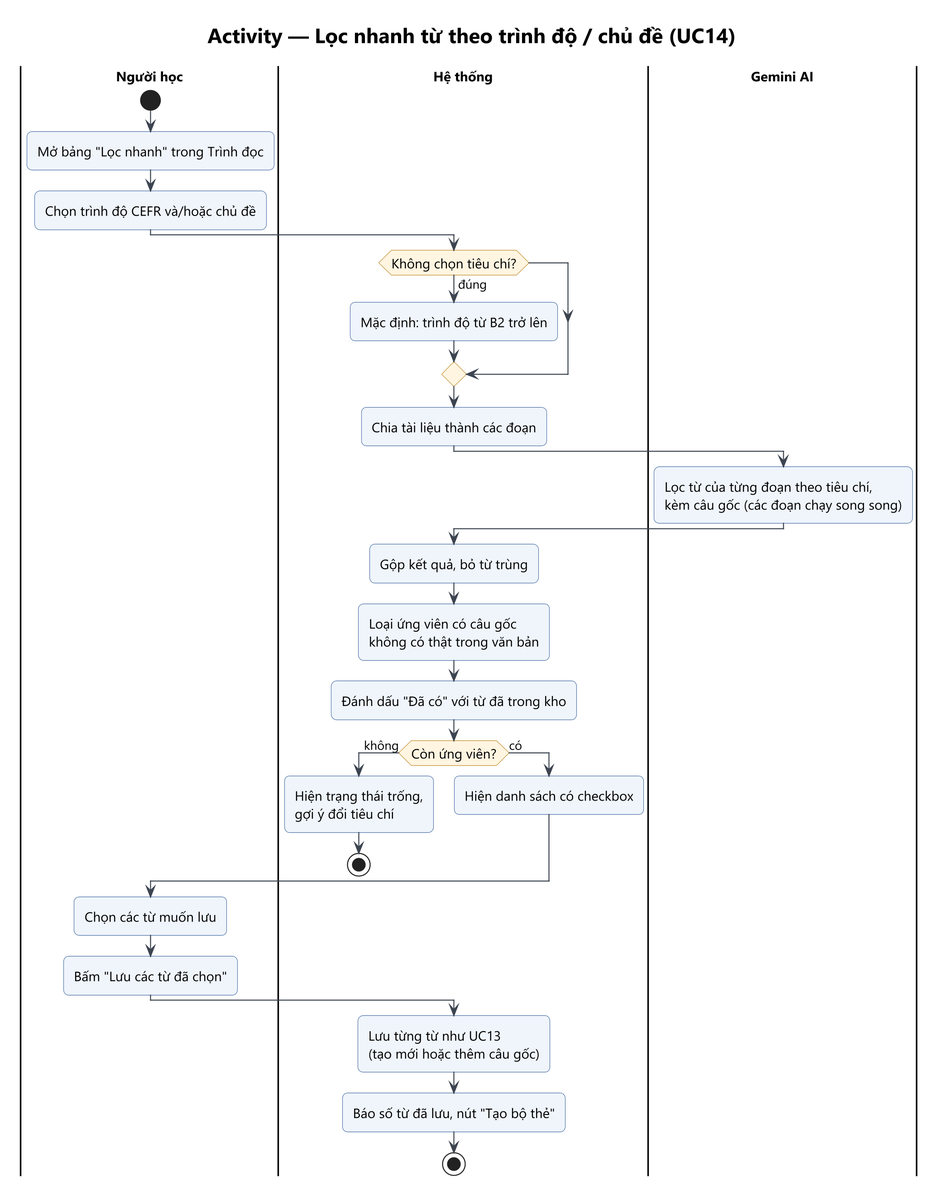
This is Analysis_Design/03_Activity/act-02-loc-nhanh-tu.png from Ac-2836/WebDev-FinalProject-LinMaster, a PlantUML export, as it was before one commit.
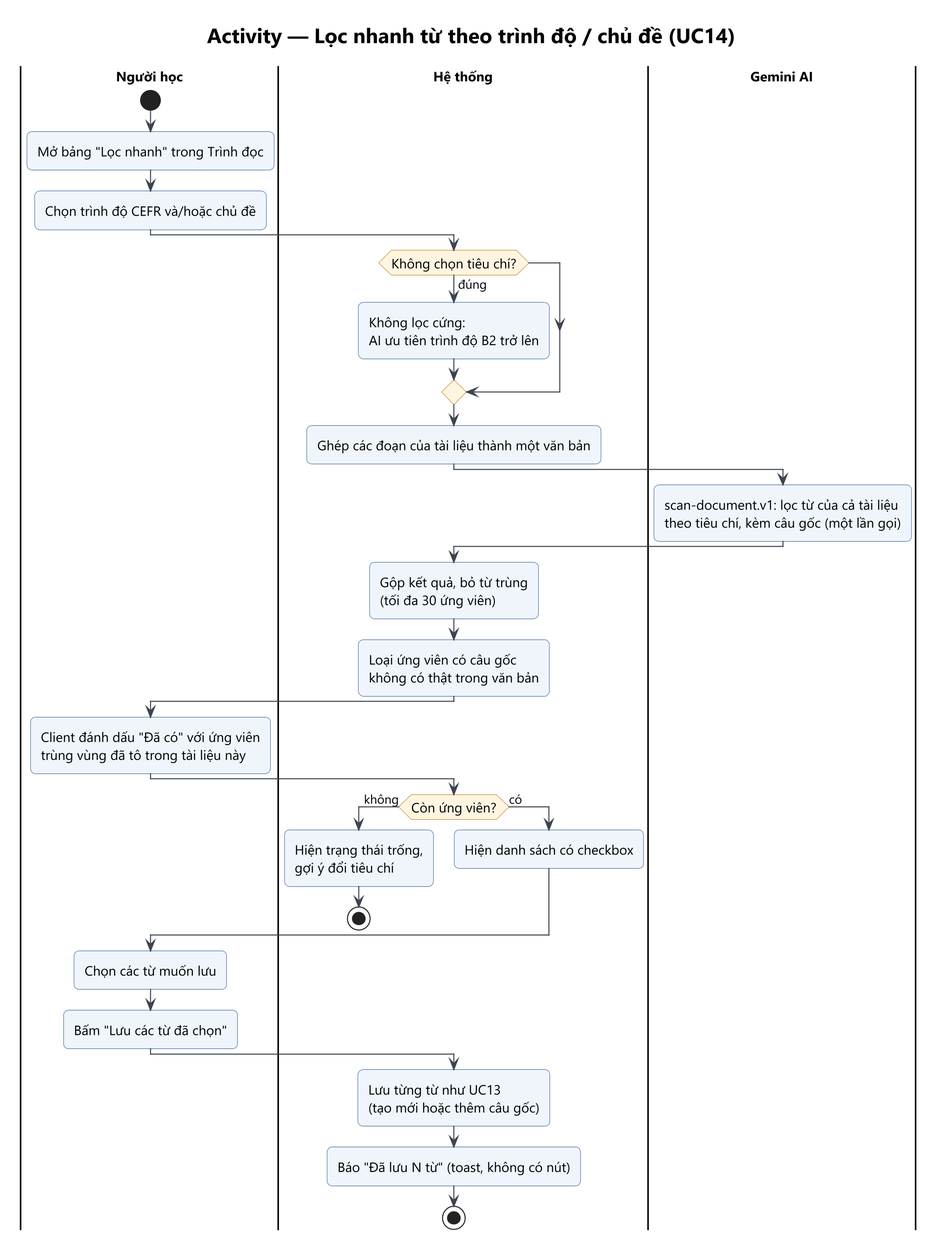
Above is the later version.

Change to the diagram source:
```diff
@@ -7,17 +7,22 @@
 :Chọn trình độ CEFR và/hoặc chủ đề;
 |Hệ thống|
 if (Không chọn tiêu chí?) then (đúng)
-  :Mặc định: trình độ từ B2 trở lên;
+  :Không lọc cứng:
+  AI ưu tiên trình độ B2 trở lên;
 endif
-:Chia tài liệu thành các đoạn;
+:Ghép các đoạn của tài liệu thành một văn bản;
 |Gemini AI|
-:Lọc từ của từng đoạn theo tiêu chí,
-kèm câu gốc (các đoạn chạy song song);
+:scan-document.v1: lọc từ của cả tài liệu
+theo tiêu chí, kèm câu gốc (một lần gọi);
 |Hệ thống|
-:Gộp kết quả, bỏ từ trùng;
+:Gộp kết quả, bỏ từ trùng
+(tối đa 30 ứng viên);
 :Loại ứng viên có câu gốc
 không có thật trong văn bản;
-:Đánh dấu "Đã có" với từ đã trong kho;
+|Người học|
+:Client đánh dấu "Đã có" với ứng viên
+trùng vùng đã tô trong tài liệu này;
+|Hệ thống|
 if (Còn ứng viên?) then (không)
   :Hiện trạng thái trống,
   gợi ý đổi tiêu chí;
@@ -31,6 +36,6 @@
 |Hệ thống|
 :Lưu từng từ như UC13
 (tạo mới hoặc thêm câu gốc);
-:Báo số từ đã lưu, nút "Tạo bộ thẻ";
+:Báo "Đã lưu N từ" (toast, không có nút);
 stop
 @enduml
```
